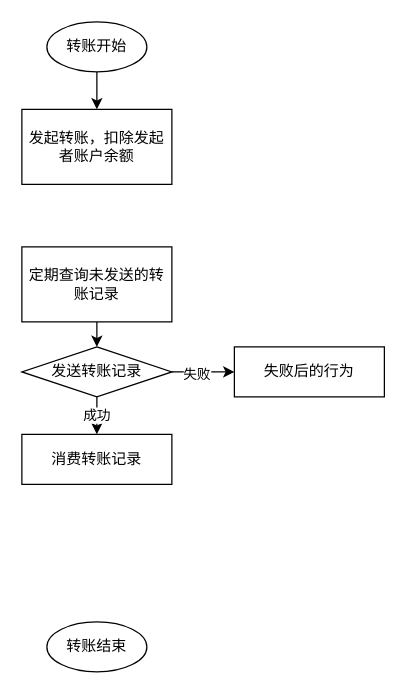
Above: transfer.drawio in liepig1223/drawio (draw.io), before the change. Source tidied: cells renumbered, new cells numbered last; positions are measured from the earlier drawing's top-left corner, leaving out a move shared by most shapes. Both pictures are drawn from the tidied source at 125%, with x=0, y=0 at pixel (21, 21).
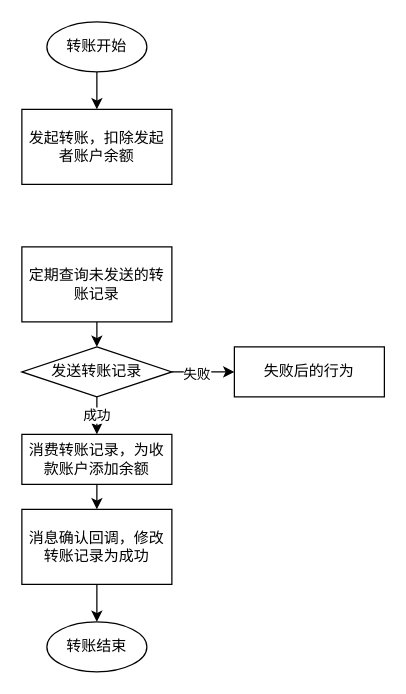
The same page after the edit.

Diff of the diagram source:
```diff
@@
 <mxGraphModel>
   <root>
     <mxCell id="0" />
     <mxCell id="1" parent="0" />
     <mxCell id="2" style="edgeStyle=orthogonalEdgeStyle;rounded=0;jettySize=auto;html=1;exitX=0.5;exitY=1;exitDx=0;exitDy=0;entryX=0.5;entryY=0;entryDx=0;entryDy=0;" parent="1" edge="1" source="3" target="5">
       <mxGeometry relative="1" as="geometry" />
     </mxCell>
     <mxCell id="3" value="转账开始" style="ellipse;whiteSpace=wrap;html=1;" parent="1" vertex="1">
       <mxGeometry x="20" width="80" height="40" as="geometry" />
     </mxCell>
     <mxCell id="4" value="转账结束" style="ellipse;whiteSpace=wrap;html=1;" parent="1" vertex="1">
       <mxGeometry x="20" y="480" width="80" height="40" as="geometry" />
     </mxCell>
     <mxCell id="5" value="发起转账，扣除发起者账户余额" style="rounded=0;whiteSpace=wrap;html=1;" parent="1" vertex="1">
       <mxGeometry y="70" width="120" height="60" as="geometry" />
     </mxCell>
     <mxCell id="6" style="edgeStyle=orthogonalEdgeStyle;rounded=0;jettySize=auto;html=1;exitX=0.5;exitY=1;exitDx=0;exitDy=0;entryX=0.5;entryY=0;entryDx=0;entryDy=0;" parent="1" edge="1" source="7" target="12">
       <mxGeometry relative="1" as="geometry" />
     </mxCell>
     <mxCell id="7" value="定期查询未发送的转账记录" style="rounded=0;whiteSpace=wrap;html=1;" parent="1" vertex="1">
       <mxGeometry y="180" width="120" height="60" as="geometry" />
     </mxCell>
     <mxCell id="8" style="edgeStyle=orthogonalEdgeStyle;rounded=0;jettySize=auto;html=1;exitX=0.5;exitY=1;exitDx=0;exitDy=0;entryX=0.5;entryY=0;entryDx=0;entryDy=0;" parent="1" edge="1" source="12" target="13">
       <mxGeometry relative="1" as="geometry" />
     </mxCell>
     <mxCell id="9" value="成功" style="edgeLabel;html=1;align=center;verticalAlign=middle;" parent="8" vertex="1">
       <mxGeometry x="-0.1" y="-1" relative="1" as="geometry" />
     </mxCell>
     <mxCell id="10" style="edgeStyle=orthogonalEdgeStyle;rounded=0;jettySize=auto;html=1;exitX=1;exitY=0.5;exitDx=0;exitDy=0;entryX=0;entryY=0.5;entryDx=0;entryDy=0;" parent="1" edge="1" source="12" target="14">
       <mxGeometry relative="1" as="geometry" />
     </mxCell>
     <mxCell id="11" value="失败" style="edgeLabel;html=1;align=center;verticalAlign=middle;" parent="10" vertex="1">
       <mxGeometry x="-0.24" y="-1" relative="1" as="geometry" />
     </mxCell>
     <mxCell id="12" value="发送转账记录" style="rhombus;whiteSpace=wrap;html=1;" parent="1" vertex="1">
       <mxGeometry y="260" width="120" height="40" as="geometry" />
     </mxCell>
+    <mxCell id="15" style="edgeStyle=orthogonalEdgeStyle;rounded=0;jettySize=auto;html=1;exitX=0.5;exitY=1;exitDx=0;exitDy=0;entryX=0.5;entryY=0;entryDx=0;entryDy=0;" parent="1" edge="1" source="13" target="17">
+      <mxGeometry relative="1" as="geometry" />
+    </mxCell>
-    <mxCell id="13" value="消费转账记录" style="rounded=0;whiteSpace=wrap;html=1;" parent="1" vertex="1">
+    <mxCell id="13" value="消费转账记录，为收款账户添加余额" style="rounded=0;whiteSpace=wrap;html=1;" parent="1" vertex="1">
       <mxGeometry y="330" width="120" height="40" as="geometry" />
     </mxCell>
     <mxCell id="14" value="失败后的行为" style="rounded=0;whiteSpace=wrap;html=1;" parent="1" vertex="1">
       <mxGeometry x="170" y="260" width="120" height="40" as="geometry" />
     </mxCell>
+    <mxCell id="16" style="edgeStyle=orthogonalEdgeStyle;rounded=0;jettySize=auto;html=1;exitX=0.5;exitY=1;exitDx=0;exitDy=0;entryX=0.5;entryY=0;entryDx=0;entryDy=0;" parent="1" edge="1" source="17" target="4">
+      <mxGeometry relative="1" as="geometry" />
+    </mxCell>
+    <mxCell id="17" value="消息确认回调，修改转账记录为成功" style="rounded=0;whiteSpace=wrap;html=1;" parent="1" vertex="1">
+      <mxGeometry y="390" width="120" height="60" as="geometry" />
+    </mxCell>
   </root>
 </mxGraphModel>
```
